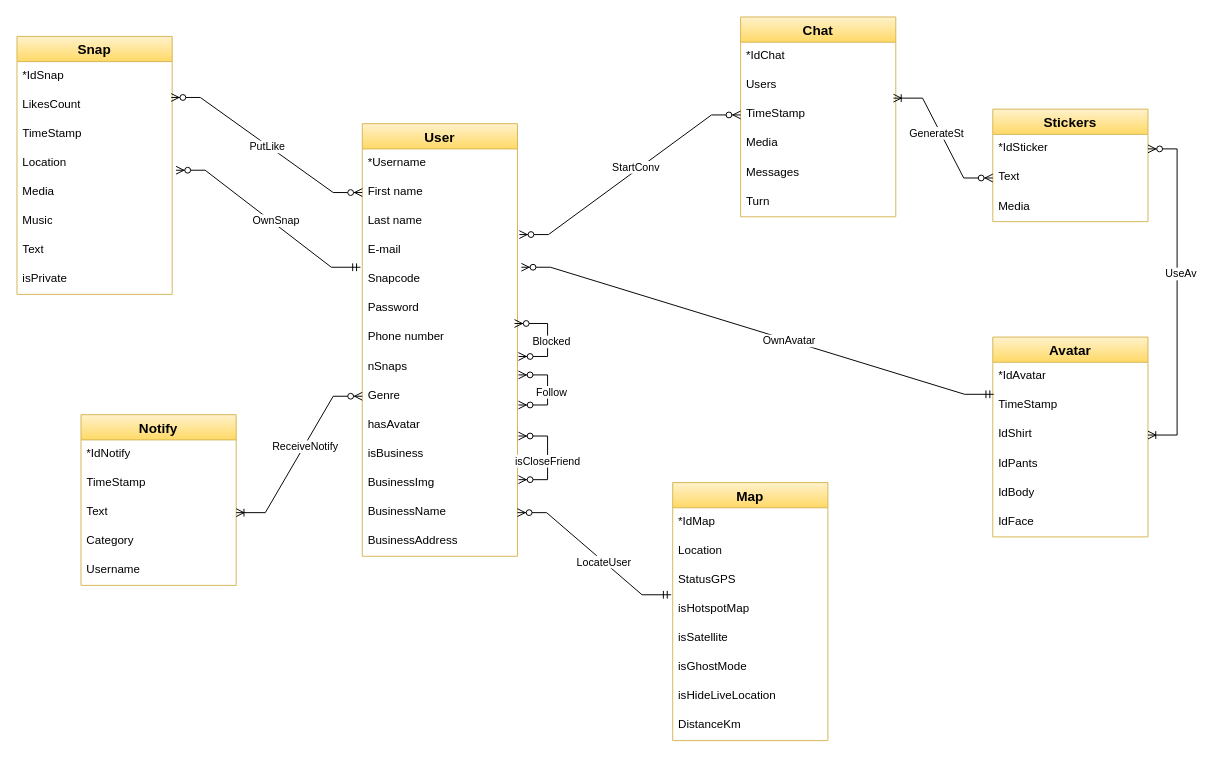
Above: nuovo-schema-ER.drawio in Antonet99/noSQL-Snapchat (draw.io), before the change. Source tidied: cells renumbered, new cells numbered last; positions are measured from the earlier drawing's top-left corner, leaving out a move shared by most shapes. Both pictures are drawn from the tidied source at 97%, with x=0, y=0 at pixel (16, 16).
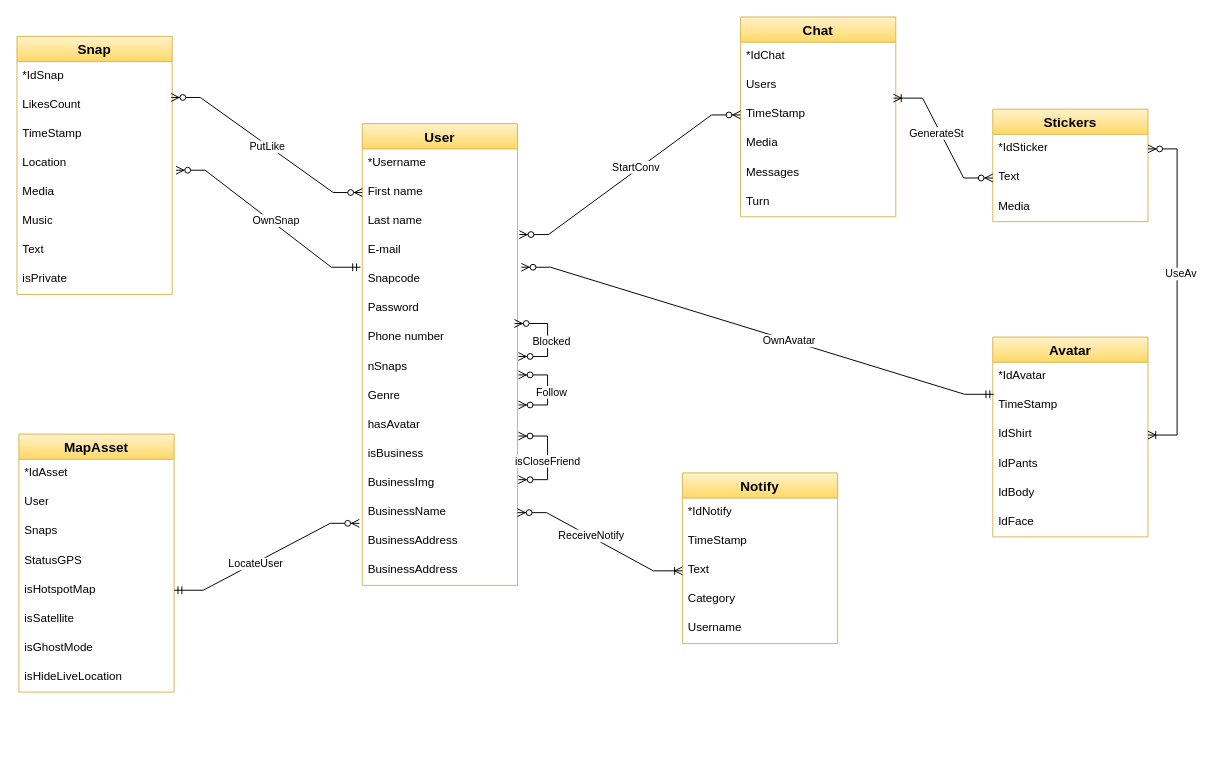
The same page after the edit.

The change refers to these unchanged cells:
```xml
<mxCell id="11" value="Genre" style="text;strokeColor=none;fillColor=none;spacingLeft=4;spacingRight=4;overflow=hidden;points=[[0,0.5],[1,0.5]];portConstraint=eastwest;fontSize=12;whiteSpace=wrap;html=1;" parent="2" vertex="1">
  <mxGeometry y="266" width="160" height="30" as="geometry" />
</mxCell>
<mxCell id="15" value="BusinessName" style="text;strokeColor=none;fillColor=none;spacingLeft=4;spacingRight=4;overflow=hidden;points=[[0,0.5],[1,0.5]];portConstraint=eastwest;fontSize=12;whiteSpace=wrap;html=1;" parent="2" vertex="1">
  <mxGeometry y="386" width="160" height="30" as="geometry" />
</mxCell>
<mxCell id="52" value="Text" style="text;strokeColor=none;fillColor=none;spacingLeft=4;spacingRight=4;overflow=hidden;points=[[0,0.5],[1,0.5]];portConstraint=eastwest;fontSize=12;whiteSpace=wrap;html=1;" parent="49" vertex="1">
  <mxGeometry y="86" width="160" height="30" as="geometry" />
</mxCell>
```

What changed in the source:
```diff
@@
     <mxCell id="2" value="User" style="swimlane;fontStyle=1;horizontal=1;startSize=26;align=center;fontSize=14;fillColor=#fff2cc;strokeColor=#d6b656;gradientColor=#ffd966;" parent="1" vertex="1">
-      <mxGeometry x="356" y="110" width="160" height="446" as="geometry" />
+      <mxGeometry x="356" y="110" width="160" height="476" as="geometry" />
     </mxCell>
@@
+    <mxCell id="81" value="BusinessAddress" style="text;strokeColor=none;fillColor=none;spacingLeft=4;spacingRight=4;overflow=hidden;fontSize=12;whiteSpace=wrap;html=1;" parent="2" vertex="1">
+      <mxGeometry y="446" width="160" height="30" as="geometry" />
+    </mxCell>
-    <mxCell id="17" value="Map" style="swimlane;fontStyle=1;horizontal=1;startSize=26;align=center;fontSize=14;fillColor=#fff2cc;strokeColor=#d6b656;gradientColor=#ffd966;" parent="1" vertex="1">
-      <mxGeometry x="676" y="480" width="160" height="266" as="geometry" />
+    <mxCell id="17" value="MapAsset" style="swimlane;fontStyle=1;horizontal=1;startSize=26;align=center;fontSize=14;fillColor=#fff2cc;strokeColor=#d6b656;gradientColor=#ffd966;" parent="1" vertex="1">
+      <mxGeometry x="2" y="430" width="160" height="266" as="geometry" />
     </mxCell>
-    <mxCell id="18" value="*IdMap" style="text;strokeColor=none;fillColor=none;spacingLeft=4;spacingRight=4;overflow=hidden;fontSize=12;whiteSpace=wrap;html=1;" parent="17" vertex="1">
+    <mxCell id="18" value="*IdAsset" style="text;strokeColor=none;fillColor=none;spacingLeft=4;spacingRight=4;overflow=hidden;fontSize=12;whiteSpace=wrap;html=1;" parent="17" vertex="1">
       <mxGeometry y="26" width="160" height="30" as="geometry" />
     </mxCell>
-    <mxCell id="19" value="Location" style="text;strokeColor=none;fillColor=none;spacingLeft=4;spacingRight=4;overflow=hidden;fontSize=12;whiteSpace=wrap;html=1;" parent="17" vertex="1">
+    <mxCell id="19" value="User" style="text;strokeColor=none;fillColor=none;spacingLeft=4;spacingRight=4;overflow=hidden;fontSize=12;whiteSpace=wrap;html=1;" parent="17" vertex="1">
       <mxGeometry y="56" width="160" height="30" as="geometry" />
     </mxCell>
+    <mxCell id="82" value="Snaps" style="text;strokeColor=none;fillColor=none;spacingLeft=4;spacingRight=4;overflow=hidden;fontSize=12;whiteSpace=wrap;html=1;" parent="17" vertex="1">
+      <mxGeometry y="86" width="160" height="30" as="geometry" />
+    </mxCell>
     <mxCell id="20" value="StatusGPS" style="text;strokeColor=none;fillColor=none;spacingLeft=4;spacingRight=4;overflow=hidden;fontSize=12;whiteSpace=wrap;html=1;" parent="17" vertex="1">
-      <mxGeometry y="86" width="160" height="30" as="geometry" />
+      <mxGeometry y="116" width="160" height="30" as="geometry" />
     </mxCell>
     <mxCell id="21" value="&lt;div&gt;isHotspotMap&lt;/div&gt;&lt;div&gt;&lt;br&gt;&lt;/div&gt;" style="text;strokeColor=none;fillColor=none;spacingLeft=4;spacingRight=4;overflow=hidden;points=[[0,0.5],[1,0.5]];portConstraint=eastwest;fontSize=12;whiteSpace=wrap;html=1;" parent="17" vertex="1">
-      <mxGeometry y="116" width="160" height="30" as="geometry" />
+      <mxGeometry y="146" width="160" height="30" as="geometry" />
     </mxCell>
     <mxCell id="22" value="isSatellite" style="text;strokeColor=none;fillColor=none;spacingLeft=4;spacingRight=4;overflow=hidden;fontSize=12;whiteSpace=wrap;html=1;" parent="17" vertex="1">
-      <mxGeometry y="146" width="160" height="30" as="geometry" />
+      <mxGeometry y="176" width="160" height="30" as="geometry" />
     </mxCell>
     <mxCell id="23" value="isGhostMode" style="text;strokeColor=none;fillColor=none;spacingLeft=4;spacingRight=4;overflow=hidden;fontSize=12;whiteSpace=wrap;html=1;" parent="17" vertex="1">
-      <mxGeometry y="176" width="160" height="30" as="geometry" />
+      <mxGeometry y="206" width="160" height="30" as="geometry" />
     </mxCell>
     <mxCell id="24" value="isHideLiveLocation" style="text;strokeColor=none;fillColor=none;spacingLeft=4;spacingRight=4;overflow=hidden;fontSize=12;whiteSpace=wrap;html=1;" parent="17" vertex="1">
-      <mxGeometry y="206" width="160" height="30" as="geometry" />
+      <mxGeometry y="236" width="160" height="30" as="geometry" />
     </mxCell>
-    <mxCell id="25" value="DistanceKm" style="text;strokeColor=none;fillColor=none;spacingLeft=4;spacingRight=4;overflow=hidden;fontSize=12;whiteSpace=wrap;html=1;" parent="17" vertex="1">
-      <mxGeometry y="236" width="160" height="30" as="geometry" />
-    </mxCell>
@@
     <mxCell id="49" value="Notify" style="swimlane;fontStyle=1;horizontal=1;startSize=26;align=center;fontSize=14;fillColor=#fff2cc;strokeColor=#d6b656;gradientColor=#ffd966;" parent="1" vertex="1">
-      <mxGeometry x="66" y="410" width="160" height="176" as="geometry" />
+      <mxGeometry x="686" y="470" width="160" height="176" as="geometry" />
     </mxCell>
@@
-    <mxCell id="67" style="edgeStyle=entityRelationEdgeStyle;fontSize=12;html=1;endArrow=ERoneToMany;startArrow=ERzeroToMany;rounded=0;entryX=1;entryY=0.5;entryDx=0;entryDy=0;exitX=0;exitY=0.5;exitDx=0;exitDy=0;" parent="1" edge="1" source="11" target="52">
+    <mxCell id="67" style="edgeStyle=entityRelationEdgeStyle;fontSize=12;html=1;endArrow=ERoneToMany;startArrow=ERzeroToMany;rounded=0;entryX=0;entryY=0.5;entryDx=0;entryDy=0;exitX=1;exitY=0.5;exitDx=0;exitDy=0;" parent="1" edge="1" source="15" target="52">
       <mxGeometry relative="1" as="geometry" />
     </mxCell>
@@
-    <mxCell id="75" style="edgeStyle=entityRelationEdgeStyle;fontSize=12;html=1;endArrow=ERzeroToMany;startArrow=ERmandOne;rounded=0;entryX=1;entryY=0.5;entryDx=0;entryDy=0;exitX=-0.01;exitY=-0.011;exitDx=0;exitDy=0;exitPerimeter=0;" parent="1" edge="1" source="21" target="15">
+    <mxCell id="75" style="edgeStyle=entityRelationEdgeStyle;fontSize=12;html=1;endArrow=ERzeroToMany;startArrow=ERmandOne;rounded=0;entryX=-0.019;entryY=0.867;entryDx=0;entryDy=0;exitX=1;exitY=0.5;exitDx=0;exitDy=0;entryPerimeter=0;" parent="1" edge="1" source="21" target="15">
       <mxGeometry relative="1" as="geometry" />
     </mxCell>
```
